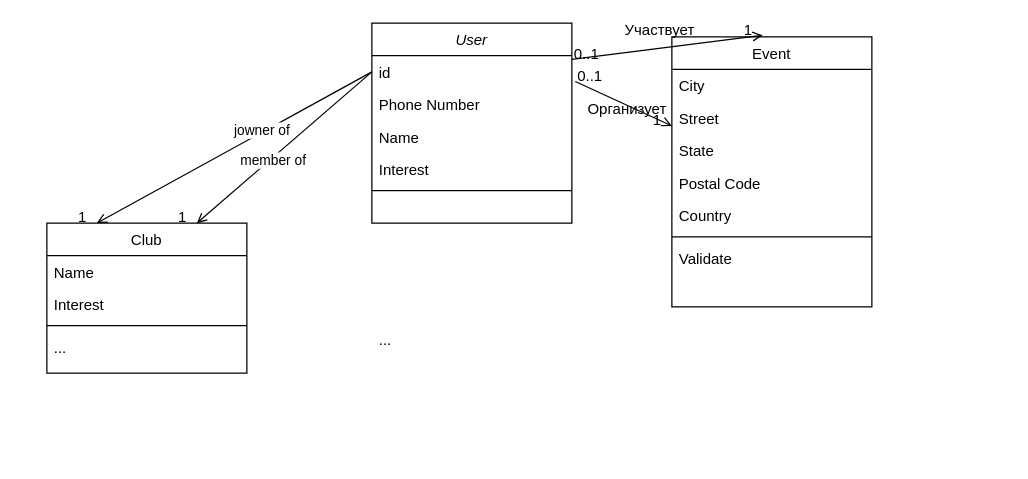
Before: Модель сущностей.drawio in metaversia-ru/diagrams_public, a draw.io diagram. Source tidied: cells renumbered, new cells numbered last; positions are measured from the earlier drawing's top-left corner, leaving out a move shared by most shapes. Both pictures are drawn from the tidied source at 125%, with x=0, y=0 at pixel (46, 22).
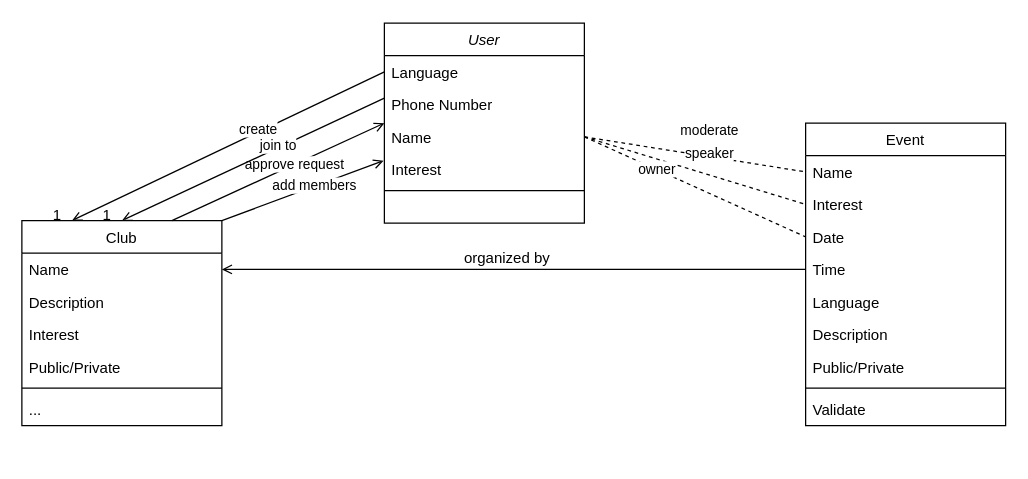
Above is the later version.

Unchanged cells that the change refers to:
```xml
<mxCell id="5" value="Name" style="text;align=left;verticalAlign=top;spacingLeft=4;spacingRight=4;overflow=hidden;points=[[0,0.5],[1,0.5]];portConstraint=eastwest;rounded=0;shadow=0;html=0;" parent="2" vertex="1">
  <mxGeometry y="78" width="160" height="26" as="geometry" />
</mxCell>
<mxCell id="25" value="Name" style="text;align=left;verticalAlign=top;spacingLeft=4;spacingRight=4;overflow=hidden;points=[[0,0.5],[1,0.5]];portConstraint=eastwest;" parent="24" vertex="1">
  <mxGeometry y="26" width="160" height="26" as="geometry" />
</mxCell>
<mxCell id="32" style="endArrow=open;shadow=0;strokeWidth=1;rounded=0;endFill=1;elbow=horizontal;entryX=0.25;entryY=0;entryDx=0;entryDy=0;exitX=0;exitY=0.5;exitDx=0;exitDy=0;" parent="1" edge="1" source="3" target="24">
  <mxGeometry x="0.5" y="41" relative="1" as="geometry">
    <mxPoint x="-40" y="32" as="offset" />
  </mxGeometry>
</mxCell>
```

What changed in the source:
```diff
@@
     <mxCell id="2" value="User" style="swimlane;fontStyle=2;align=center;verticalAlign=top;horizontal=1;startSize=26;rounded=0;shadow=0;strokeWidth=1;" parent="1" vertex="1">
-      <mxGeometry x="260" width="160" height="160" as="geometry" />
+      <mxGeometry x="270" width="160" height="160" as="geometry" />
     </mxCell>
-    <mxCell id="3" value="id" style="text;align=left;verticalAlign=top;spacingLeft=4;spacingRight=4;overflow=hidden;points=[[0,0.5],[1,0.5]];portConstraint=eastwest;" parent="2" vertex="1">
+    <mxCell id="3" value="Language" style="text;align=left;verticalAlign=top;spacingLeft=4;spacingRight=4;overflow=hidden;points=[[0,0.5],[1,0.5]];portConstraint=eastwest;" parent="2" vertex="1">
       <mxGeometry y="26" width="160" height="26" as="geometry" />
     </mxCell>
@@
     <mxCell id="8" value="Event" style="swimlane;fontStyle=0;align=center;verticalAlign=top;horizontal=1;startSize=26;rounded=0;shadow=0;strokeWidth=1;" parent="1" vertex="1">
-      <mxGeometry x="500" y="11" width="160" height="216" as="geometry" />
+      <mxGeometry x="607" y="80" width="160" height="242" as="geometry" />
     </mxCell>
-    <mxCell id="9" value="City" style="text;align=left;verticalAlign=top;spacingLeft=4;spacingRight=4;overflow=hidden;points=[[0,0.5],[1,0.5]];portConstraint=eastwest;rounded=0;shadow=0;html=0;" parent="8" vertex="1">
+    <mxCell id="9" value="Name" style="text;align=left;verticalAlign=top;spacingLeft=4;spacingRight=4;overflow=hidden;points=[[0,0.5],[1,0.5]];portConstraint=eastwest;rounded=0;shadow=0;html=0;" parent="8" vertex="1">
       <mxGeometry y="26" width="160" height="26" as="geometry" />
     </mxCell>
-    <mxCell id="10" value="Street" style="text;align=left;verticalAlign=top;spacingLeft=4;spacingRight=4;overflow=hidden;points=[[0,0.5],[1,0.5]];portConstraint=eastwest;" parent="8" vertex="1">
+    <mxCell id="10" value="Interest" style="text;align=left;verticalAlign=top;spacingLeft=4;spacingRight=4;overflow=hidden;points=[[0,0.5],[1,0.5]];portConstraint=eastwest;" parent="8" vertex="1">
       <mxGeometry y="52" width="160" height="26" as="geometry" />
     </mxCell>
-    <mxCell id="11" value="State" style="text;align=left;verticalAlign=top;spacingLeft=4;spacingRight=4;overflow=hidden;points=[[0,0.5],[1,0.5]];portConstraint=eastwest;rounded=0;shadow=0;html=0;" parent="8" vertex="1">
+    <mxCell id="11" value="Date" style="text;align=left;verticalAlign=top;spacingLeft=4;spacingRight=4;overflow=hidden;points=[[0,0.5],[1,0.5]];portConstraint=eastwest;rounded=0;shadow=0;html=0;" parent="8" vertex="1">
       <mxGeometry y="78" width="160" height="26" as="geometry" />
     </mxCell>
-    <mxCell id="12" value="Postal Code" style="text;align=left;verticalAlign=top;spacingLeft=4;spacingRight=4;overflow=hidden;points=[[0,0.5],[1,0.5]];portConstraint=eastwest;rounded=0;shadow=0;html=0;" parent="8" vertex="1">
+    <mxCell id="12" value="Time" style="text;align=left;verticalAlign=top;spacingLeft=4;spacingRight=4;overflow=hidden;points=[[0,0.5],[1,0.5]];portConstraint=eastwest;rounded=0;shadow=0;html=0;" parent="8" vertex="1">
       <mxGeometry y="104" width="160" height="26" as="geometry" />
     </mxCell>
-    <mxCell id="13" value="Country" style="text;align=left;verticalAlign=top;spacingLeft=4;spacingRight=4;overflow=hidden;rounded=0;shadow=0;html=0;" parent="8" vertex="1">
+    <mxCell id="13" value="Language" style="text;align=left;verticalAlign=top;spacingLeft=4;spacingRight=4;overflow=hidden;rounded=0;shadow=0;html=0;" parent="8" vertex="1">
       <mxGeometry y="130" width="160" height="26" as="geometry" />
     </mxCell>
+    <mxCell id="37" value="Description" style="text;align=left;verticalAlign=top;spacingLeft=4;spacingRight=4;overflow=hidden;rounded=0;shadow=0;html=0;" parent="8" vertex="1">
+      <mxGeometry y="156" width="160" height="26" as="geometry" />
+    </mxCell>
+    <mxCell id="38" value="Public/Private" style="text;align=left;verticalAlign=top;spacingLeft=4;spacingRight=4;overflow=hidden;rounded=0;shadow=0;html=0;" parent="8" vertex="1">
+      <mxGeometry y="182" width="160" height="26" as="geometry" />
+    </mxCell>
     <mxCell id="14" style="line;html=1;strokeWidth=1;align=left;verticalAlign=middle;spacingTop=-1;spacingLeft=3;spacingRight=3;labelPosition=right;" parent="8" vertex="1">
-      <mxGeometry y="156" width="160" height="8" as="geometry" />
+      <mxGeometry y="208" width="160" height="8" as="geometry" />
     </mxCell>
     <mxCell id="15" value="Validate" style="text;align=left;verticalAlign=top;spacingLeft=4;spacingRight=4;overflow=hidden;" parent="8" vertex="1">
-      <mxGeometry y="164" width="160" height="26" as="geometry" />
+      <mxGeometry y="216" width="160" height="26" as="geometry" />
     </mxCell>
-    <mxCell id="16" style="endArrow=open;shadow=0;strokeWidth=1;rounded=0;endFill=1;elbow=vertical;exitX=1.017;exitY=0.795;exitDx=0;exitDy=0;exitPerimeter=0;" parent="1" edge="1" source="3" target="8">
-      <mxGeometry x="0.5" y="41" relative="1" as="geometry">
-        <mxPoint x="-40" y="32" as="offset" />
-      </mxGeometry>
-    </mxCell>
-    <mxCell id="17" value="0..1" style="align=left;verticalAlign=bottom;labelBackgroundColor=none;fontSize=12;" parent="16" vertex="1">
-      <mxGeometry x="-1" relative="1" as="geometry">
-        <mxPoint y="4" as="offset" />
-      </mxGeometry>
-    </mxCell>
-    <mxCell id="18" value="1" style="align=right;verticalAlign=bottom;labelBackgroundColor=none;fontSize=12;" parent="16" vertex="1">
-      <mxGeometry x="1" relative="1" as="geometry">
-        <mxPoint x="-7" y="4" as="offset" />
-      </mxGeometry>
-    </mxCell>
-    <mxCell id="19" value="Организует" style="text;html=1;align=center;verticalAlign=middle;labelBackgroundColor=none;rounded=0;shadow=0;strokeWidth=1;fontSize=12;" parent="16" vertex="1">
-      <mxGeometry x="0.5" y="49" relative="1" as="geometry">
-        <mxPoint x="-38" y="40" as="offset" />
-      </mxGeometry>
-    </mxCell>
-    <mxCell id="20" style="endArrow=open;shadow=0;strokeWidth=1;rounded=0;endFill=1;elbow=horizontal;entryX=0.454;entryY=-0.006;entryDx=0;entryDy=0;entryPerimeter=0;" parent="1" edge="1" source="3" target="8">
+    <mxCell id="20" style="endArrow=open;shadow=0;strokeWidth=1;rounded=0;endFill=1;elbow=horizontal;entryX=1;entryY=0.5;entryDx=0;entryDy=0;exitX=0;exitY=0.5;exitDx=0;exitDy=0;" parent="1" edge="1" source="12" target="25">
       <mxGeometry x="0.5" y="41" relative="1" as="geometry">
         <mxPoint x="-40" y="32" as="offset" />
       </mxGeometry>
     </mxCell>
-    <mxCell id="21" value="0..1" style="align=left;verticalAlign=bottom;labelBackgroundColor=none;fontSize=12;" parent="20" vertex="1">
+    <mxCell id="21" style="align=left;verticalAlign=bottom;labelBackgroundColor=none;fontSize=12;" parent="20" vertex="1">
       <mxGeometry x="-1" relative="1" as="geometry">
         <mxPoint y="4" as="offset" />
       </mxGeometry>
     </mxCell>
-    <mxCell id="22" value="1" style="align=right;verticalAlign=bottom;labelBackgroundColor=none;fontSize=12;" parent="20" vertex="1">
-      <mxGeometry x="1" relative="1" as="geometry">
-        <mxPoint x="-7" y="4" as="offset" />
-      </mxGeometry>
-    </mxCell>
-    <mxCell id="23" value="Участвует" style="text;html=1;align=center;verticalAlign=middle;labelBackgroundColor=none;rounded=0;shadow=0;strokeWidth=1;fontSize=12;" parent="20" vertex="1">
+    <mxCell id="23" value="organized by" style="text;html=1;align=center;verticalAlign=middle;labelBackgroundColor=none;rounded=0;shadow=0;strokeWidth=1;fontSize=12;" parent="20" vertex="1">
       <mxGeometry x="0.5" y="49" relative="1" as="geometry">
-        <mxPoint x="-38" y="40" as="offset" />
+        <mxPoint x="110" y="-59" as="offset" />
       </mxGeometry>
     </mxCell>
     <mxCell id="24" value="Club" style="swimlane;fontStyle=0;align=center;verticalAlign=top;horizontal=1;startSize=26;rounded=0;shadow=0;strokeWidth=1;" parent="1" vertex="1">
-      <mxGeometry y="160" width="160" height="120" as="geometry" />
+      <mxGeometry x="-20" y="158" width="160" height="164" as="geometry" />
     </mxCell>
@@
+    <mxCell id="39" value="Description" style="text;align=left;verticalAlign=top;spacingLeft=4;spacingRight=4;overflow=hidden;rounded=0;shadow=0;html=0;" parent="24" vertex="1">
+      <mxGeometry y="52" width="160" height="26" as="geometry" />
+    </mxCell>
+    <mxCell id="40" value="Interest" style="text;align=left;verticalAlign=top;spacingLeft=4;spacingRight=4;overflow=hidden;rounded=0;shadow=0;html=0;" parent="24" vertex="1">
+      <mxGeometry y="78" width="160" height="26" as="geometry" />
+    </mxCell>
-    <mxCell id="26" value="Interest" style="text;align=left;verticalAlign=top;spacingLeft=4;spacingRight=4;overflow=hidden;rounded=0;shadow=0;html=0;" parent="24" vertex="1">
-      <mxGeometry y="52" width="160" height="26" as="geometry" />
+    <mxCell id="26" value="Public/Private" style="text;align=left;verticalAlign=top;spacingLeft=4;spacingRight=4;overflow=hidden;rounded=0;shadow=0;html=0;" parent="24" vertex="1">
+      <mxGeometry y="104" width="160" height="26" as="geometry" />
     </mxCell>
     <mxCell id="27" style="line;html=1;strokeWidth=1;align=left;verticalAlign=middle;spacingTop=-1;spacingLeft=3;spacingRight=3;labelPosition=right;" parent="24" vertex="1">
-      <mxGeometry y="78" width="160" height="8" as="geometry" />
+      <mxGeometry y="130" width="160" height="8" as="geometry" />
     </mxCell>
     <mxCell id="28" value="..." style="text;align=left;verticalAlign=top;spacingLeft=4;spacingRight=4;overflow=hidden;" parent="24" vertex="1">
-      <mxGeometry y="86" width="160" height="26" as="geometry" />
+      <mxGeometry y="138" width="160" height="26" as="geometry" />
     </mxCell>
-    <mxCell id="29" style="endArrow=open;shadow=0;strokeWidth=1;rounded=0;endFill=1;elbow=horizontal;entryX=0.75;entryY=0;entryDx=0;entryDy=0;exitX=0;exitY=0.5;exitDx=0;exitDy=0;" parent="1" edge="1" source="3" target="24">
+    <mxCell id="29" style="endArrow=open;shadow=0;strokeWidth=1;rounded=0;endFill=1;elbow=horizontal;entryX=0;entryY=0.5;entryDx=0;entryDy=0;exitX=0.75;exitY=0;exitDx=0;exitDy=0;" parent="1" edge="1" source="24">
       <mxGeometry x="0.5" y="41" relative="1" as="geometry">
+        <mxPoint x="270" y="80" as="targetPoint" />
         <mxPoint x="-40" y="32" as="offset" />
       </mxGeometry>
     </mxCell>
-    <mxCell id="30" value="1" style="align=right;verticalAlign=bottom;labelBackgroundColor=none;fontSize=12;" parent="29" vertex="1">
-      <mxGeometry x="1" relative="1" as="geometry">
-        <mxPoint x="-7" y="4" as="offset" />
-      </mxGeometry>
-    </mxCell>
-    <mxCell id="31" value="member of" style="edgeLabel;html=1;align=center;verticalAlign=middle;" parent="29" vertex="1">
+    <mxCell id="31" value="approve request" style="edgeLabel;html=1;align=center;verticalAlign=middle;" parent="29" vertex="1">
       <mxGeometry x="0.15" y="1" relative="1" as="geometry" />
     </mxCell>
@@
-    <mxCell id="35" value="jowner of" style="edgeLabel;html=1;align=center;verticalAlign=middle;" parent="32" vertex="1">
+    <mxCell id="35" value="create" style="edgeLabel;html=1;align=center;verticalAlign=middle;" parent="32" vertex="1">
       <mxGeometry x="-0.2" y="-2" relative="1" as="geometry" />
     </mxCell>
-    <mxCell id="36" value="..." style="text;align=left;verticalAlign=top;spacingLeft=4;spacingRight=4;overflow=hidden;" parent="1" vertex="1">
-      <mxGeometry x="260" y="240" width="160" height="104" as="geometry" />
-    </mxCell>
+    <mxCell id="41" style="endArrow=none;dashed=1;html=1;rounded=0;exitX=1;exitY=0.5;exitDx=0;exitDy=0;entryX=0;entryY=0.5;entryDx=0;entryDy=0;" parent="1" edge="1" source="5" target="9">
+      <mxGeometry relative="1" as="geometry" />
+    </mxCell>
+    <mxCell id="42" value="moderate" style="edgeLabel;html=1;align=center;verticalAlign=middle;" parent="41" vertex="1">
+      <mxGeometry x="-0.35" y="1" relative="1" as="geometry">
+        <mxPoint x="42" y="-14" as="offset" />
+      </mxGeometry>
+    </mxCell>
+    <mxCell id="43" style="endArrow=none;dashed=1;html=1;rounded=0;entryX=0;entryY=0.5;entryDx=0;entryDy=0;exitX=1;exitY=0.5;exitDx=0;exitDy=0;" parent="1" edge="1" source="5" target="10">
+      <mxGeometry relative="1" as="geometry" />
+    </mxCell>
+    <mxCell id="44" value="speaker" style="edgeLabel;html=1;align=center;verticalAlign=middle;" parent="43" vertex="1">
+      <mxGeometry x="-0.35" y="1" relative="1" as="geometry">
+        <mxPoint x="42" y="-4" as="offset" />
+      </mxGeometry>
+    </mxCell>
+    <mxCell id="45" style="endArrow=none;dashed=1;html=1;rounded=0;exitX=1;exitY=0.5;exitDx=0;exitDy=0;entryX=0;entryY=0.5;entryDx=0;entryDy=0;" parent="1" edge="1" source="5" target="11">
+      <mxGeometry relative="1" as="geometry" />
+    </mxCell>
+    <mxCell id="46" value="owner" style="edgeLabel;html=1;align=center;verticalAlign=middle;" parent="45" vertex="1">
+      <mxGeometry x="-0.35" y="1" relative="1" as="geometry" />
+    </mxCell>
+    <mxCell id="47" style="endArrow=open;shadow=0;strokeWidth=1;rounded=0;endFill=1;elbow=horizontal;exitX=0;exitY=0.5;exitDx=0;exitDy=0;entryX=0.5;entryY=0;entryDx=0;entryDy=0;" parent="1" edge="1" target="24">
+      <mxGeometry x="0.5" y="41" relative="1" as="geometry">
+        <mxPoint x="270" y="60" as="sourcePoint" />
+        <mxPoint x="-40" y="32" as="offset" />
+      </mxGeometry>
+    </mxCell>
+    <mxCell id="48" style="align=left;verticalAlign=bottom;labelBackgroundColor=none;fontSize=12;" parent="47" vertex="1">
+      <mxGeometry x="-1" relative="1" as="geometry">
+        <mxPoint y="4" as="offset" />
+      </mxGeometry>
+    </mxCell>
+    <mxCell id="49" value="1" style="align=right;verticalAlign=bottom;labelBackgroundColor=none;fontSize=12;" parent="47" vertex="1">
+      <mxGeometry x="1" relative="1" as="geometry">
+        <mxPoint x="-7" y="4" as="offset" />
+      </mxGeometry>
+    </mxCell>
+    <mxCell id="50" value="join to" style="edgeLabel;html=1;align=center;verticalAlign=middle;" parent="47" vertex="1">
+      <mxGeometry x="-0.2" y="-2" relative="1" as="geometry" />
+    </mxCell>
+    <mxCell id="51" style="endArrow=open;shadow=0;strokeWidth=1;rounded=0;endFill=1;elbow=horizontal;entryX=-0.004;entryY=1.231;entryDx=0;entryDy=0;entryPerimeter=0;exitX=1;exitY=0;exitDx=0;exitDy=0;" parent="1" edge="1" source="24" target="5">
+      <mxGeometry x="0.5" y="41" relative="1" as="geometry">
+        <mxPoint x="-40" y="32" as="offset" />
+      </mxGeometry>
+    </mxCell>
+    <mxCell id="52" value="add members" style="edgeLabel;html=1;align=center;verticalAlign=middle;" parent="51" vertex="1">
+      <mxGeometry x="0.15" y="1" relative="1" as="geometry" />
+    </mxCell>
```
